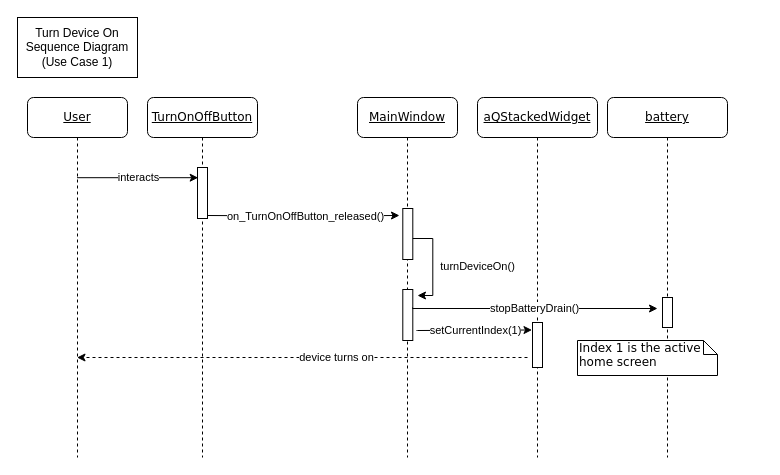
Before: Documentation/turn_device_on.drawio in Hall-Andrew/CESDEVICE-3004FinalProject, a draw.io diagram. Source tidied: cells renumbered, new cells numbered last; positions are measured from the earlier drawing's top-left corner, leaving out a move shared by most shapes. Both pictures are drawn from the tidied source at 100%, with x=0, y=0 at pixel (17, 17).
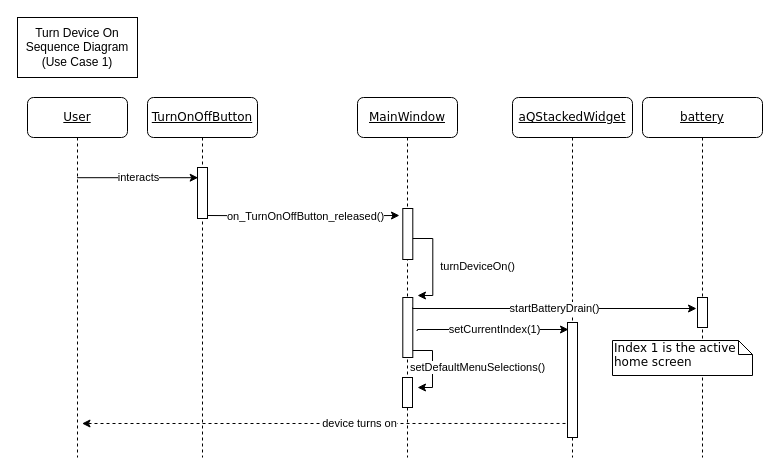
The same diagram, later.

Commit message (it also covers changes not shown here):
Fixed Sequence Diagrams

Unchanged cells that the change refers to:
```xml
<mxCell id="3" style="html=1;points=[];perimeter=orthogonalPerimeter;rounded=0;shadow=0;comic=0;labelBackgroundColor=none;strokeWidth=1;fontFamily=Verdana;fontSize=12;align=center;" parent="2" vertex="1">
  <mxGeometry x="55" y="200" width="10" height="30" as="geometry" />
</mxCell>
<mxCell id="5" value="&lt;u&gt;MainWindow&lt;/u&gt;" style="shape=umlLifeline;perimeter=lifelinePerimeter;whiteSpace=wrap;html=1;rounded=1;shadow=0;comic=0;labelBackgroundColor=none;strokeWidth=1;fontFamily=Verdana;fontSize=12;align=center;" parent="1" vertex="1">
  <mxGeometry x="340" y="80" width="100" height="360" as="geometry" />
</mxCell>
<mxCell id="9" value="&lt;u&gt;TurnOnOffButton&lt;/u&gt;" style="shape=umlLifeline;perimeter=lifelinePerimeter;whiteSpace=wrap;html=1;rounded=1;shadow=0;comic=0;labelBackgroundColor=none;strokeWidth=1;fontFamily=Verdana;fontSize=12;align=center;" parent="1" vertex="1">
  <mxGeometry x="130" y="80" width="110" height="360" as="geometry" />
</mxCell>
```

What changed in the source:
```diff
@@
     <mxCell id="2" value="&lt;u&gt;battery&lt;/u&gt;" style="shape=umlLifeline;perimeter=lifelinePerimeter;whiteSpace=wrap;html=1;rounded=1;shadow=0;comic=0;labelBackgroundColor=none;strokeWidth=1;fontFamily=Verdana;fontSize=12;align=center;" parent="1" vertex="1">
-      <mxGeometry x="590" y="80" width="120" height="360" as="geometry" />
+      <mxGeometry x="625" y="80" width="120" height="360" as="geometry" />
     </mxCell>
@@
+    <mxCell id="20" style="html=1;perimeter=orthogonalPerimeter;rounded=0;shadow=0;comic=0;labelBackgroundColor=none;strokeWidth=1;fontFamily=Verdana;fontSize=12;align=center;" parent="5" vertex="1">
+      <mxGeometry x="45.3" y="200" width="10" height="60" as="geometry" />
+    </mxCell>
+    <mxCell id="17" value="device turns on" style="edgeStyle=orthogonalEdgeStyle;rounded=0;jettySize=auto;html=1;dashed=1;exitX=-0.2;exitY=0.878;exitDx=0;exitDy=0;exitPerimeter=0;" parent="5" edge="1" source="7">
+      <mxGeometry x="-0.15" relative="1" as="geometry">
+        <mxPoint x="-275.5" y="326" as="targetPoint" />
+      </mxGeometry>
+    </mxCell>
+    <mxCell id="21" style="html=1;perimeter=orthogonalPerimeter;rounded=0;shadow=0;comic=0;labelBackgroundColor=none;strokeWidth=1;fontFamily=Verdana;fontSize=12;align=center;" parent="5" vertex="1">
+      <mxGeometry x="45" y="280" width="10" height="30" as="geometry" />
+    </mxCell>
+    <mxCell id="22" value="setDefaultMenuSelections()" style="edgeStyle=orthogonalEdgeStyle;rounded=0;orthogonalLoop=1;jettySize=auto;html=1;" parent="5" edge="1">
+      <mxGeometry x="0.04" y="45" relative="1" as="geometry">
+        <mxPoint x="55.3" y="253" as="sourcePoint" />
+        <mxPoint x="60" y="290" as="targetPoint" />
+        <Array as="points">
+          <mxPoint x="75" y="253" />
+          <mxPoint x="75" y="290" />
+          <mxPoint x="60" y="290" />
+        </Array>
+      </mxGeometry>
+    </mxCell>
     <mxCell id="6" value="&lt;u&gt;aQStackedWidget&lt;/u&gt;" style="shape=umlLifeline;perimeter=lifelinePerimeter;whiteSpace=wrap;html=1;rounded=1;shadow=0;comic=0;labelBackgroundColor=none;strokeWidth=1;fontFamily=Verdana;fontSize=12;align=center;" parent="1" vertex="1">
-      <mxGeometry x="460" y="80" width="120" height="360" as="geometry" />
+      <mxGeometry x="495" y="80" width="120" height="360" as="geometry" />
     </mxCell>
     <mxCell id="7" style="html=1;points=[];perimeter=orthogonalPerimeter;rounded=0;shadow=0;comic=0;labelBackgroundColor=none;strokeWidth=1;fontFamily=Verdana;fontSize=12;align=center;" parent="6" vertex="1">
-      <mxGeometry x="55" y="225" width="10" height="45" as="geometry" />
+      <mxGeometry x="55" y="225" width="10" height="115" as="geometry" />
     </mxCell>
@@
-    <mxCell id="11" style="html=1;points=[];perimeter=orthogonalPerimeter;rounded=0;shadow=0;comic=0;labelBackgroundColor=none;strokeWidth=1;fontFamily=Verdana;fontSize=12;align=center;" parent="9" vertex="1">
-      <mxGeometry x="255.3" y="192" width="10" height="51" as="geometry" />
-    </mxCell>
@@
-    <mxCell id="15" value="setCurrentIndex(1)" style="edgeStyle=orthogonalEdgeStyle;rounded=0;jettySize=auto;html=1;exitX=1.367;exitY=0.804;exitDx=0;exitDy=0;exitPerimeter=0;" parent="9" edge="1" source="11">
+    <mxCell id="15" value="setCurrentIndex(1)" style="edgeStyle=orthogonalEdgeStyle;rounded=0;jettySize=auto;html=1;exitX=1.367;exitY=0.804;exitDx=0;exitDy=0;exitPerimeter=0;entryX=0.1;entryY=0.061;entryDx=0;entryDy=0;entryPerimeter=0;" parent="9" edge="1" target="7">
       <mxGeometry x="0.03" relative="1" as="geometry">
-        <mxPoint x="384.5" y="232.5" as="targetPoint" />
+        <mxPoint x="269" y="233" as="sourcePoint" />
         <Array as="points">
           <mxPoint x="270" y="233" />
+          <mxPoint x="270" y="232" />
         </Array>
       </mxGeometry>
     </mxCell>
@@
-    <mxCell id="17" value="device turns on" style="edgeStyle=orthogonalEdgeStyle;rounded=0;orthogonalLoop=1;jettySize=auto;html=1;dashed=1;" parent="1" edge="1">
-      <mxGeometry x="-0.15" relative="1" as="geometry">
-        <mxPoint x="510" y="340" as="sourcePoint" />
-        <mxPoint x="59.5" y="340" as="targetPoint" />
-        <Array as="points">
-          <mxPoint x="510" y="340" />
-        </Array>
-      </mxGeometry>
-    </mxCell>
@@
-    <mxCell id="19" value="stopBatteryDrain()" style="edgeStyle=orthogonalEdgeStyle;rounded=0;orthogonalLoop=1;jettySize=auto;html=1;exitX=0.967;exitY=0.745;exitDx=0;exitDy=0;exitPerimeter=0;" parent="1" edge="1">
+    <mxCell id="19" value="startBatteryDrain()" style="edgeStyle=orthogonalEdgeStyle;rounded=0;jettySize=auto;html=1;exitX=0.967;exitY=0.745;exitDx=0;exitDy=0;exitPerimeter=0;entryX=-0.1;entryY=0.367;entryDx=0;entryDy=0;entryPerimeter=0;" parent="1" edge="1" target="3">
       <mxGeometry relative="1" as="geometry">
         <mxPoint x="395" y="290" as="sourcePoint" />
-        <mxPoint x="640" y="291" as="targetPoint" />
         <Array as="points">
           <mxPoint x="395" y="291" />
         </Array>
       </mxGeometry>
     </mxCell>
```
